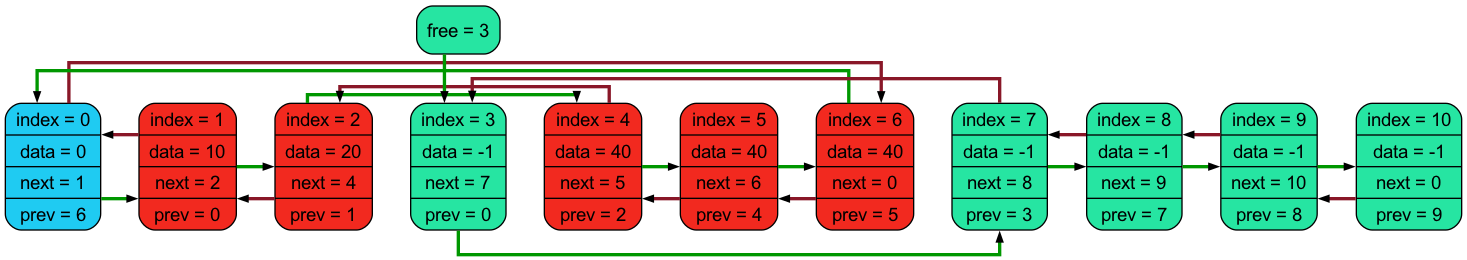
Above: dump.png in livlavr/Linked-list (Graphviz), before the change. Its source is kept beside it as dump.dot.
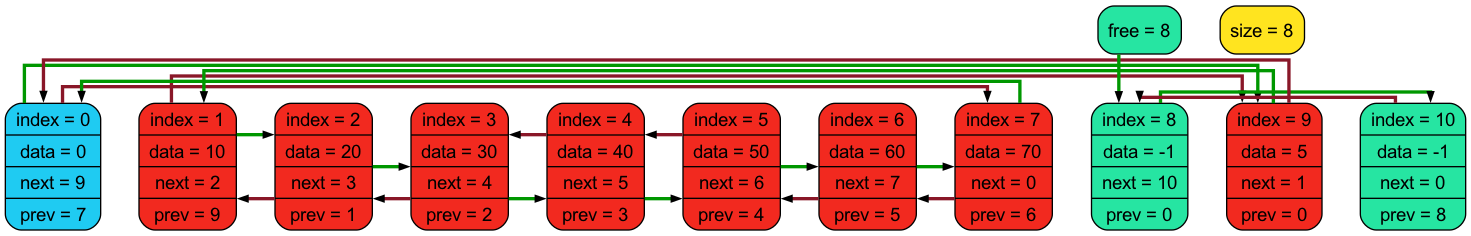
Later version of the same file.

The edit, as a diff of the source:
```diff
@@ -4,45 +4,43 @@
 nodesep=0.4;
 node [shape=record, fontname="Arial"];
 edge [style=bold, color="#009700:black;0.001", weight=0, penwidth=2.5, arrowsize=0.4];
-0 [style = "filled, rounded", fillcolor="#1fcbf2", label=" {index = 0 | data = 0 | next = 1 | prev = 6}" ];
-1 [style = "filled, rounded", fillcolor="#f2291f", label=" {index = 1 | data = 10 | next = 2 | prev = 0}" ];
-2 [style = "filled, rounded", fillcolor="#f2291f", label=" {index = 2 | data = 20 | next = 4 | prev = 1}" ];
-3 [style = "filled, rounded", fillcolor="#f2291f", label=" {index = 3 | data = -1 | next = 7 | prev = 0}" ];
-4 [style = "filled, rounded", fillcolor="#f2291f", label=" {index = 4 | data = 40 | next = 5 | prev = 2}" ];
-5 [style = "filled, rounded", fillcolor="#f2291f", label=" {index = 5 | data = 40 | next = 6 | prev = 4}" ];
-6 [style = "filled, rounded", fillcolor="#f2291f", label=" {index = 6 | data = 40 | next = 0 | prev = 5}" ];
-7 [style = "filled, rounded", fillcolor="#f2291f", label=" {index = 7 | data = -1 | next = 8 | prev = 3}" ];
-8 [style = "filled, rounded", fillcolor="#f2291f", label=" {index = 8 | data = -1 | next = 9 | prev = 7}" ];
-9 [style = "filled, rounded", fillcolor="#f2291f", label=" {index = 9 | data = -1 | next = 10 | prev = 8}" ];
-10 [style = "filled, rounded", fillcolor="#f2291f", label=" {index = 10 | data = -1 | next = 0 | prev = 9}" ];
-free [style = "filled, rounded", fillcolor="#26e5a2", label="free = 3" ];
-3 [style = "filled, rounded", fillcolor="#26e5a2"];
-7 [style = "filled, rounded", fillcolor="#26e5a2"];
+0 [style = "filled, rounded", fillcolor="#1fcbf2", label=" {index = 0 | data = 0 | next = 9 | prev = 7}" ];
+1 [style = "filled, rounded", fillcolor="#f2291f", label=" {index = 1 | data = 10 | next = 2 | prev = 9}" ];
+2 [style = "filled, rounded", fillcolor="#f2291f", label=" {index = 2 | data = 20 | next = 3 | prev = 1}" ];
+3 [style = "filled, rounded", fillcolor="#f2291f", label=" {index = 3 | data = 30 | next = 4 | prev = 2}" ];
+4 [style = "filled, rounded", fillcolor="#f2291f", label=" {index = 4 | data = 40 | next = 5 | prev = 3}" ];
+5 [style = "filled, rounded", fillcolor="#f2291f", label=" {index = 5 | data = 50 | next = 6 | prev = 4}" ];
+6 [style = "filled, rounded", fillcolor="#f2291f", label=" {index = 6 | data = 60 | next = 7 | prev = 5}" ];
+7 [style = "filled, rounded", fillcolor="#f2291f", label=" {index = 7 | data = 70 | next = 0 | prev = 6}" ];
+8 [style = "filled, rounded", fillcolor="#f2291f", label=" {index = 8 | data = -1 | next = 10 | prev = 0}" ];
+9 [style = "filled, rounded", fillcolor="#f2291f", label=" {index = 9 | data = 5 | next = 1 | prev = 0}" ];
+10 [style = "filled, rounded", fillcolor="#f2291f", label=" {index = 10 | data = -1 | next = 0 | prev = 8}" ];
+size [style = "filled, rounded", fillcolor="#ffe41f", label=" {size = 8}" ];
+free [style = "filled, rounded", fillcolor="#26e5a2", label="free = 8" ];
 8 [style = "filled, rounded", fillcolor="#26e5a2"];
-9 [style = "filled, rounded", fillcolor="#26e5a2"];
 10 [style = "filled, rounded", fillcolor="#26e5a2"];
 { rank = same; 0; 1; 2; 3; 4; 5; 6; 7; 8; 9; 10; }
 0->1->2->3->4->5->6->7->8->9->10 [style=bold, weight=10, style=invis];
-free->3;
+free->8;
 1->2;
-2->4;
-3->7;
+2->3;
+3->4;
 4->5;
 5->6;
-7->8;
-8->9;
-9->10;
-0->1;
-6->0;
+6->7;
+8->10;
+9->1;
+0->9;
+7->0;
 edge [style=bold, color="#891728:black;0.001", weight=0, penwidth=2.5, arrowsize=0.4];
+1->9;
 2->1;
-4->2;
+3->2;
+4->3;
 5->4;
 6->5;
-7->3;
-8->7;
-9->8;
-10->9;
-0->6;
-1->0;
+7->6;
+10->8;
+0->7;
+9->0;
 }
```
